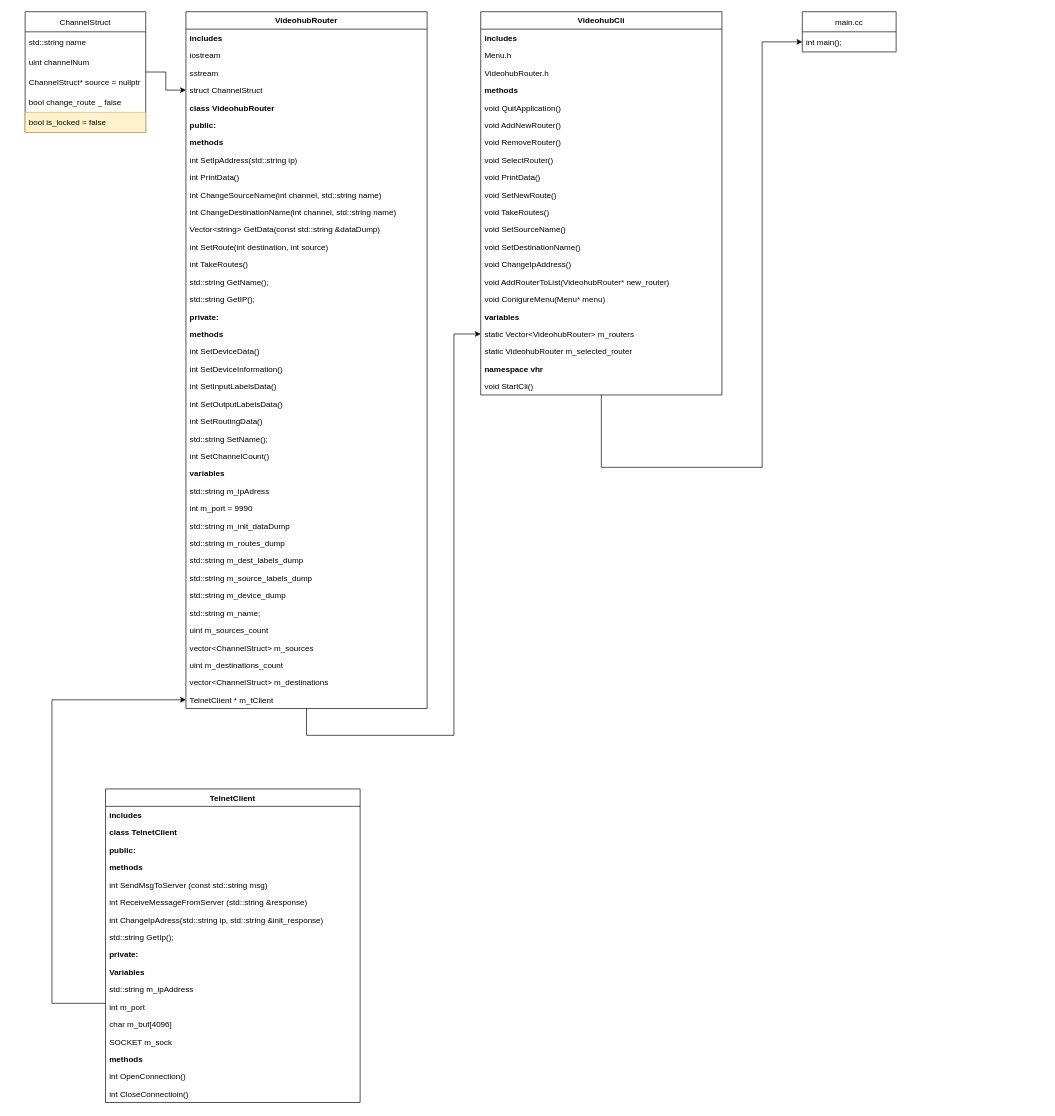
The draw.io diagram diagram/Videohub.drawio in thedmo/VideohubRouterCLI, before the edit. Source tidied: cells renumbered, new cells numbered last; positions are measured from the earlier drawing's top-left corner, leaving out a move shared by most shapes. Both pictures are drawn from the tidied source at 67%, with x=0, y=0 at pixel (25, 11).
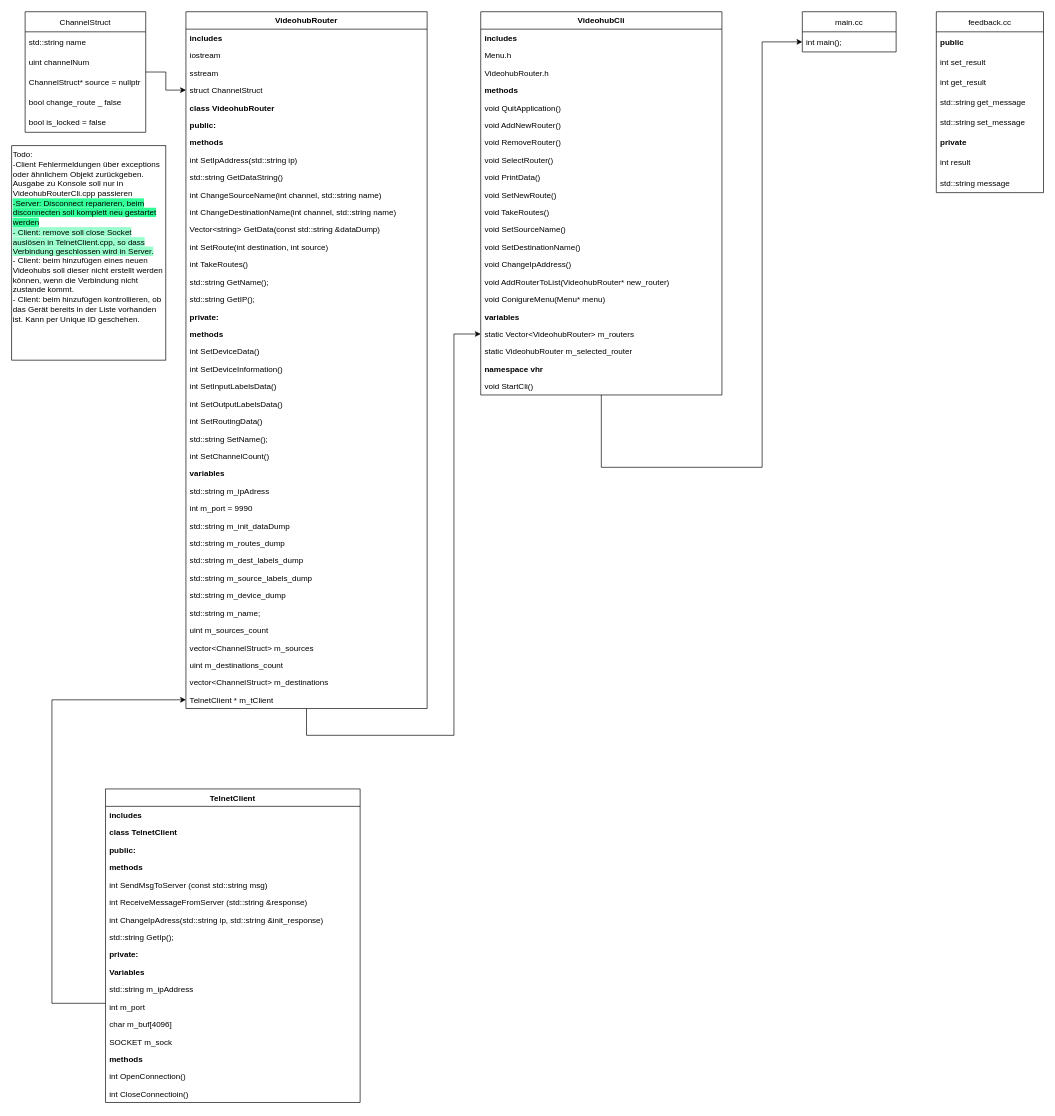
The same page after the edit.

Unchanged cells that the change refers to:
```xml
<mxCell id="3" value="VideohubRouter" style="swimlane;fontStyle=1;align=center;verticalAlign=top;horizontal=1;startSize=26;strokeColor=default;" parent="1" vertex="1">
  <mxGeometry x="240" width="360" height="1040" as="geometry" />
</mxCell>
<mxCell id="88" value="ChannelStruct" style="swimlane;fontStyle=0;horizontal=1;startSize=30;" parent="1" vertex="1">
  <mxGeometry width="180" height="180" as="geometry" />
</mxCell>
```

Diff of the diagram source:
```diff
@@
-    <mxCell id="12" value="int PrintData()" style="text;strokeColor=none;fillColor=none;align=left;verticalAlign=top;spacingLeft=4;spacingRight=4;overflow=hidden;" parent="3" vertex="1">
+    <mxCell id="12" value="std::string GetDataString()" style="text;strokeColor=none;fillColor=none;align=left;verticalAlign=top;spacingLeft=4;spacingRight=4;overflow=hidden;" parent="3" vertex="1">
       <mxGeometry y="234" width="360" height="26" as="geometry" />
     </mxCell>
@@
-    <mxCell id="20" value="private:" style="text;strokeColor=none;fillColor=none;align=left;verticalAlign=top;spacingLeft=4;spacingRight=4;overflow=hidden;fontStyle=1;" parent="3" vertex="1">
+    <mxCell id="20" value="private:" style="text;strokeColor=none;fillColor=none;align=left;verticalAlign=top;spacingLeft=4;spacingRight=4;overflow=hidden;fontStyle=1;horizontal=1;" parent="3" vertex="1">
       <mxGeometry y="442" width="360" height="26" as="geometry" />
     </mxCell>
@@
-    <mxCell id="93" value="bool is_locked = false" style="text;strokeColor=#d6b656;fillColor=#fff2cc;align=left;verticalAlign=middle;spacingLeft=4;spacingRight=4;overflow=hidden;" parent="88" vertex="1">
+    <mxCell id="93" value="bool is_locked = false" style="text;align=left;verticalAlign=middle;spacingLeft=4;spacingRight=4;overflow=hidden;" parent="88" vertex="1">
       <mxGeometry y="150" width="180" height="30" as="geometry" />
     </mxCell>
+    <mxCell id="94" value="Todo:&lt;br&gt;&lt;div&gt;&lt;span&gt;-Client Fehlermeldungen über exceptions oder ähnlichem Objekt zurückgeben. Ausgabe zu Konsole soll nur in VideohubRouterCli.cpp passieren&lt;/span&gt;&lt;/div&gt;&lt;div&gt;&lt;span style=&quot;background-color: rgb(51 , 255 , 153)&quot;&gt;-Server: Disconnect reparieren, beim disconnecten soll komplett neu gestartet werden&lt;/span&gt;&lt;/div&gt;&lt;div&gt;&lt;span style=&quot;background-color: rgb(153 , 255 , 204)&quot;&gt;- Client: remove soll close Socket auslösen in TelnetClient.cpp, so dass Verbindung geschlossen wird in Server.&lt;/span&gt;&lt;/div&gt;&lt;div&gt;&lt;span&gt;- Client: beim hinzufügen eines neuen Videohubs soll dieser nicht erstellt werden können, wenn die Verbindung nicht zustande kommt.&lt;/span&gt;&lt;/div&gt;&lt;div&gt;&lt;span&gt;- Client: beim hinzufügen kontrollieren, ob das Gerät bereits in der Liste vorhanden ist. Kann per Unique ID geschehen.&lt;/span&gt;&lt;/div&gt;" style="rounded=0;whiteSpace=wrap;html=1;align=left;horizontal=1;verticalAlign=top;" parent="1" vertex="1">
+      <mxGeometry x="-20" y="200" width="230" height="320" as="geometry" />
+    </mxCell>
+    <mxCell id="95" value="feedback.cc" style="swimlane;fontStyle=0;horizontal=1;startSize=30;" parent="1" vertex="1">
+      <mxGeometry x="1360" width="160" height="270" as="geometry" />
+    </mxCell>
+    <mxCell id="96" value="public" style="text;strokeColor=none;fillColor=none;align=left;verticalAlign=middle;spacingLeft=4;spacingRight=4;overflow=hidden;fontStyle=1;" parent="95" vertex="1">
+      <mxGeometry y="30" width="160" height="30" as="geometry" />
+    </mxCell>
+    <mxCell id="97" value="int set_result" style="text;strokeColor=none;fillColor=none;align=left;verticalAlign=middle;spacingLeft=4;spacingRight=4;overflow=hidden;" parent="95" vertex="1">
+      <mxGeometry y="60" width="160" height="30" as="geometry" />
+    </mxCell>
+    <mxCell id="98" value="int get_result" style="text;strokeColor=none;fillColor=none;align=left;verticalAlign=middle;spacingLeft=4;spacingRight=4;overflow=hidden;" parent="95" vertex="1">
+      <mxGeometry y="90" width="160" height="30" as="geometry" />
+    </mxCell>
+    <mxCell id="99" value="std::string get_message" style="text;strokeColor=none;fillColor=none;align=left;verticalAlign=middle;spacingLeft=4;spacingRight=4;overflow=hidden;" parent="95" vertex="1">
+      <mxGeometry y="120" width="160" height="30" as="geometry" />
+    </mxCell>
+    <mxCell id="100" value="std::string set_message" style="text;strokeColor=none;fillColor=none;align=left;verticalAlign=middle;spacingLeft=4;spacingRight=4;overflow=hidden;" parent="95" vertex="1">
+      <mxGeometry y="150" width="160" height="30" as="geometry" />
+    </mxCell>
+    <mxCell id="101" value="private" style="text;strokeColor=none;fillColor=none;align=left;verticalAlign=middle;spacingLeft=4;spacingRight=4;overflow=hidden;fontStyle=1;" parent="95" vertex="1">
+      <mxGeometry y="180" width="160" height="30" as="geometry" />
+    </mxCell>
+    <mxCell id="102" value="int result" style="text;strokeColor=none;fillColor=none;align=left;verticalAlign=middle;spacingLeft=4;spacingRight=4;overflow=hidden;" parent="95" vertex="1">
+      <mxGeometry y="210" width="160" height="30" as="geometry" />
+    </mxCell>
+    <mxCell id="103" value="std::string message" style="text;strokeColor=none;fillColor=none;align=left;verticalAlign=middle;spacingLeft=4;spacingRight=4;overflow=hidden;" parent="95" vertex="1">
+      <mxGeometry y="240" width="160" height="30" as="geometry" />
+    </mxCell>
```
